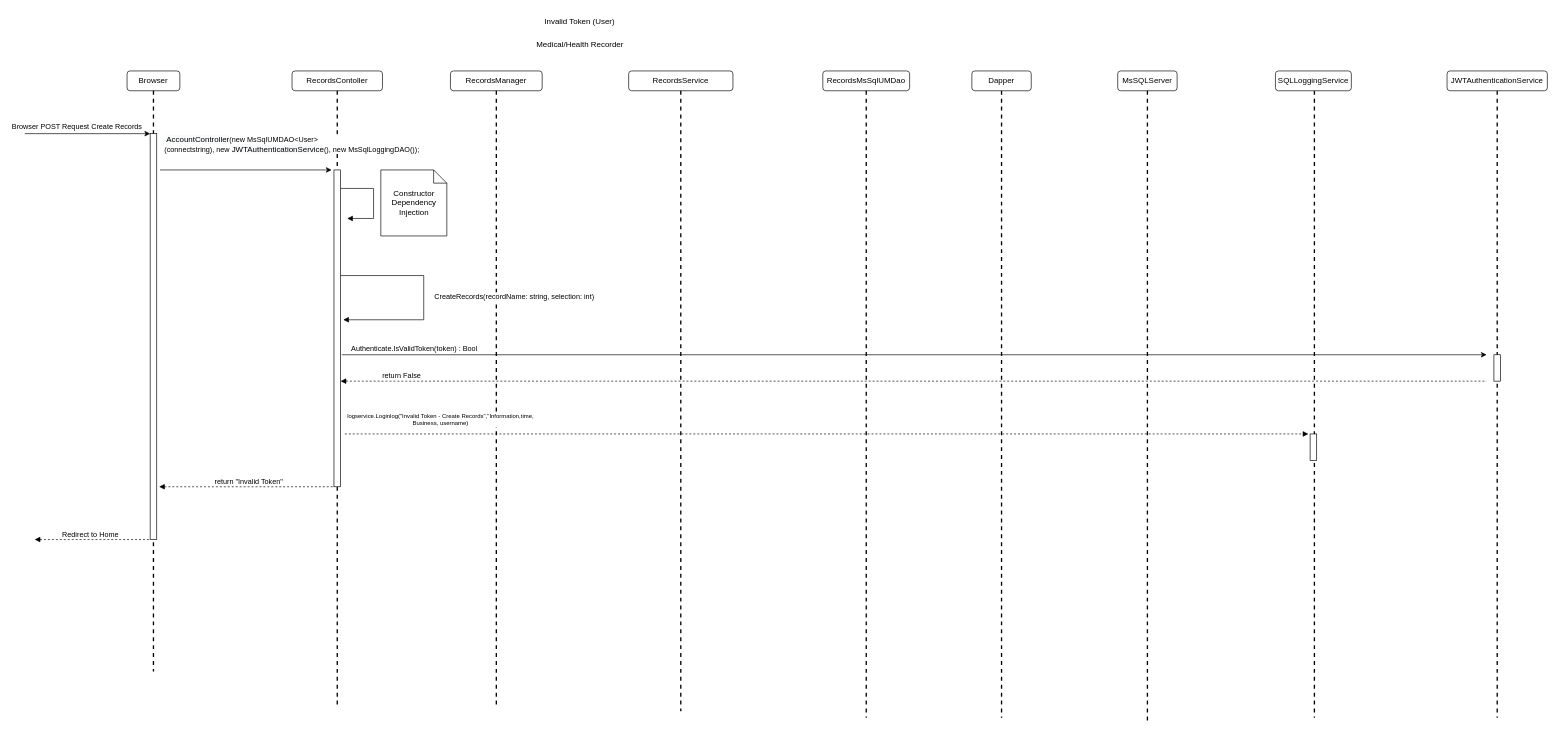
This is page "Invalid Token" (8 of 12) of Documents/Feature CreatenSearch Records/LL Design/Create Record/Create Record 3.drawio from Annihilator3180/CECS-491A-Senior-Project, a draw.io file, before an edit. Source tidied: cells renumbered, new cells numbered last; positions are measured from the earlier drawing's top-left corner, leaving out a move shared by most shapes. Both pictures are drawn from the tidied source at 66%, with x=0, y=0 at pixel (24, 11).
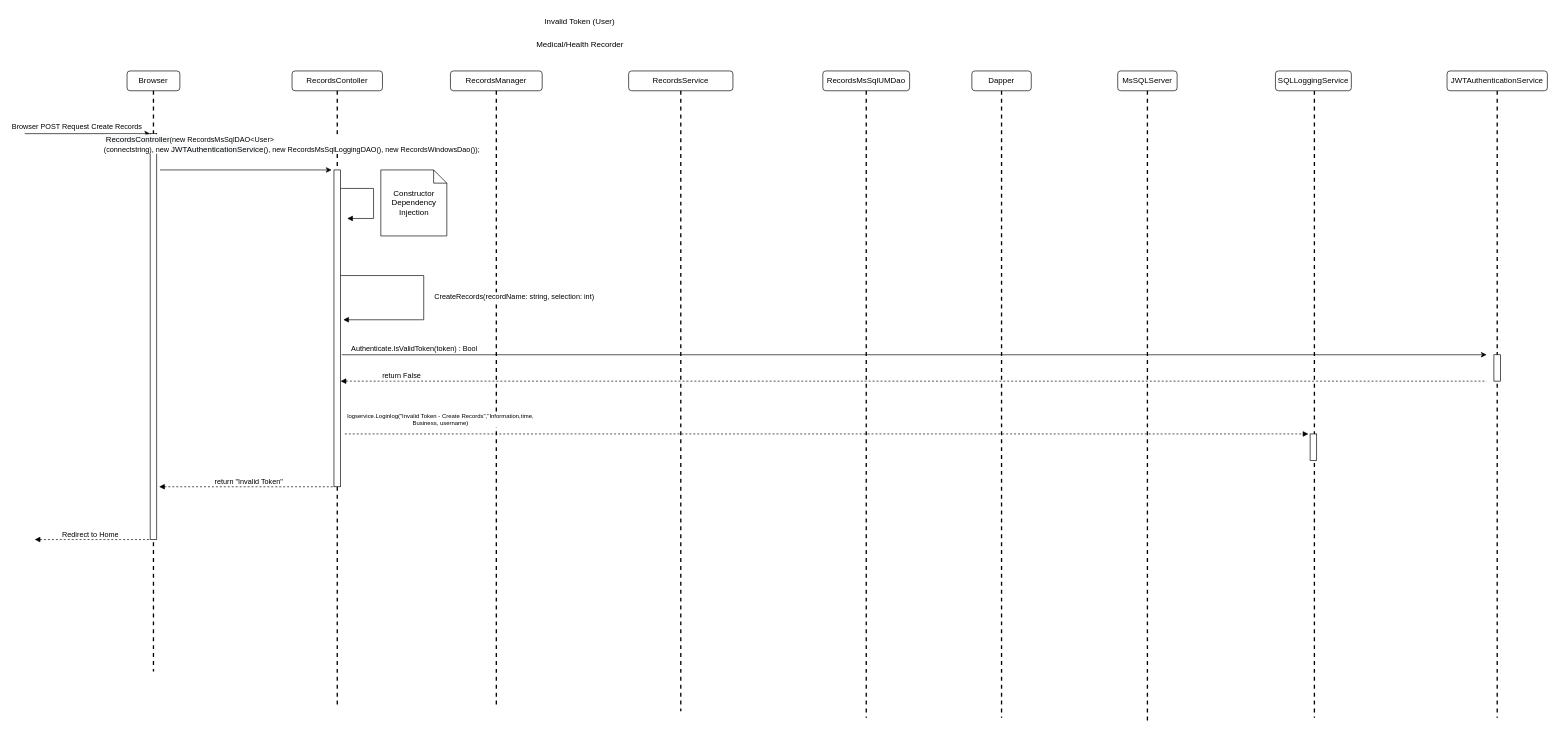
The same diagram, later.

The change refers to these unchanged cells:
```xml
<mxCell id="23" style="endArrow=classic;html=1;rounded=0;" parent="1" edge="1">
  <mxGeometry relative="1" as="geometry">
    <mxPoint x="205" y="240" as="sourcePoint" />
    <mxPoint x="465" y="240" as="targetPoint" />
  </mxGeometry>
</mxCell>
```

Diff of the diagram source:
```diff
@@
-    <mxCell id="24" value="&lt;div style=&quot;text-align: left&quot;&gt;&amp;nbsp;&lt;span style=&quot;font-size: 12px ; text-align: center ; background-color: rgb(248 , 249 , 250)&quot;&gt;AccountController&lt;/span&gt;(new MsSqlUMDAO&amp;lt;User&amp;gt;&lt;br&gt;&lt;/div&gt;&lt;div style=&quot;text-align: left&quot;&gt;(connectstring), new&amp;nbsp;&lt;span style=&quot;font-size: 12px ; text-align: center ; background-color: rgb(248 , 249 , 250)&quot;&gt;JWTAuthenticationService&lt;/span&gt;(),&amp;nbsp;new MsSqlLoggingDAO());&amp;nbsp;&lt;/div&gt;" style="edgeLabel;html=1;align=center;verticalAlign=middle;" parent="23" vertex="1">
+    <mxCell id="24" value="&lt;div style=&quot;text-align: left&quot;&gt;&lt;div&gt;&amp;nbsp;&lt;span style=&quot;font-size: 12px ; text-align: center ; background-color: rgb(248 , 249 , 250)&quot;&gt;RecordsController&lt;/span&gt;(new RecordsMsSqlDAO&amp;lt;User&amp;gt;&lt;br&gt;&lt;/div&gt;&lt;div&gt;(connectstring), new&amp;nbsp;&lt;span style=&quot;font-size: 12px ; text-align: center ; background-color: rgb(248 , 249 , 250)&quot;&gt;JWTAuthenticationService&lt;/span&gt;(),&amp;nbsp;new RecordsMsSqlLoggingDAO(), new RecordsWindowsDao());&amp;nbsp;&lt;/div&gt;&lt;/div&gt;" style="edgeLabel;html=1;align=center;verticalAlign=middle;" parent="23" vertex="1">
       <mxGeometry x="0.57" y="-1" relative="1" as="geometry">
         <mxPoint x="-4" y="-41" as="offset" />
       </mxGeometry>
     </mxCell>
```
